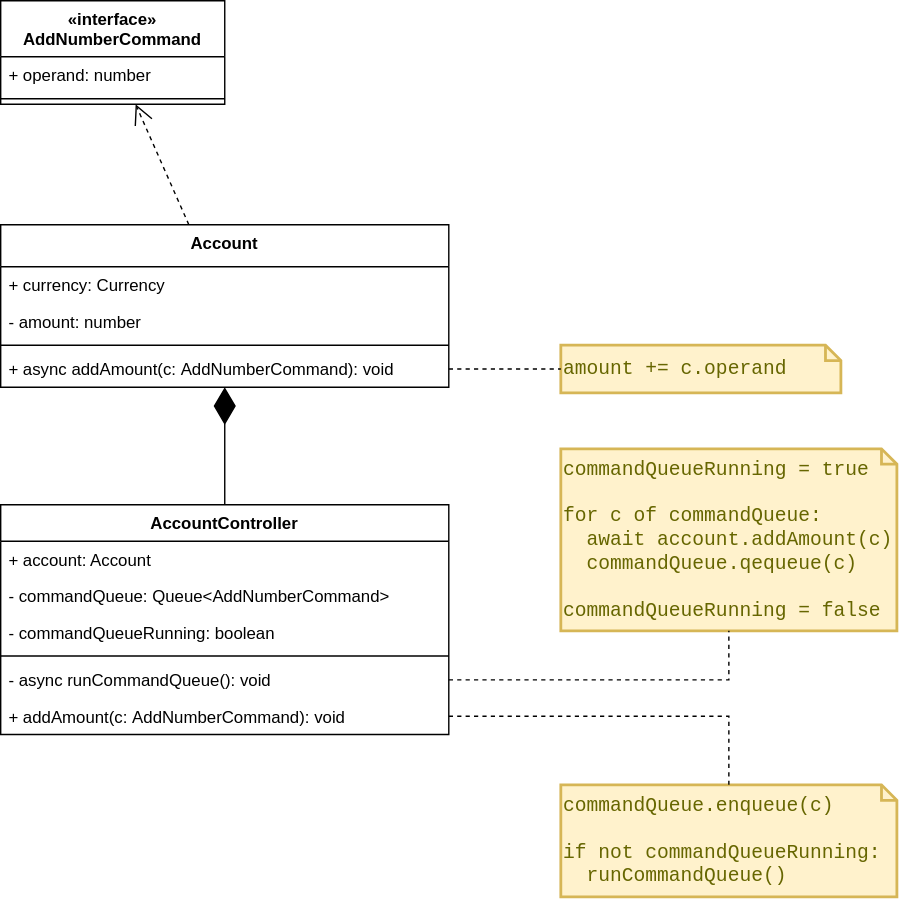
Before: src/patterns/structural/proxy/proxy.diagram.svg, a diagram exported from draw.io (parzhitsky/interview-questions). Source tidied: cells renumbered, new cells last; positions are measured from the earlier drawing's top-left corner, leaving out a move shared by most shapes.
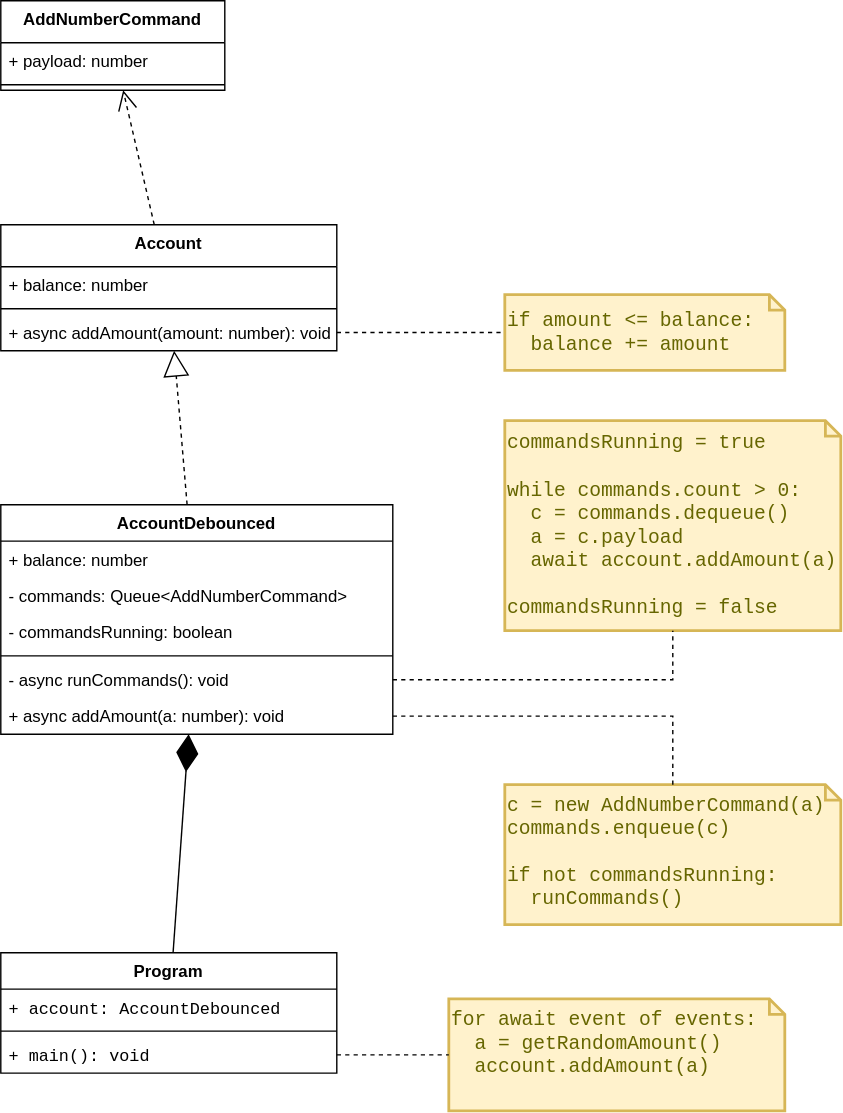
Later version of the same file.

Commit message:
Add diagram to Proxy pattern

Change to the diagram source:
```diff
@@ -2,68 +2,62 @@
   <root>
     <mxCell id="0" />
     <mxCell id="1" parent="0" />
-    <mxCell id="2" value="AccountController" style="swimlane;fontStyle=1;align=center;verticalAlign=top;horizontal=1;startSize=26;fontFamily=Helvetica;" parent="1" vertex="1">
-      <mxGeometry y="360" width="320" height="164" as="geometry" />
+    <mxCell id="2" value="AccountDebounced" style="swimlane;fontStyle=1;align=center;verticalAlign=top;horizontal=1;startSize=26;fontFamily=Helvetica;" parent="1" vertex="1">
+      <mxGeometry y="360" width="280" height="164" as="geometry" />
     </mxCell>
-    <mxCell id="3" value="+ account: Account" style="text;strokeColor=none;fillColor=none;align=left;verticalAlign=top;spacingLeft=4;spacingRight=4;overflow=hidden;fontFamily=Helvetica;" parent="2" vertex="1">
-      <mxGeometry y="26" width="320" height="26" as="geometry" />
-    </mxCell>
+    <mxCell id="25" value="+ balance: number" style="text;strokeColor=none;fillColor=none;align=left;verticalAlign=top;spacingLeft=4;spacingRight=4;overflow=hidden;fontFamily=Helvetica;" parent="2" vertex="1">
+      <mxGeometry y="26" width="280" height="26" as="geometry" />
+    </mxCell>
-    <mxCell id="4" value="- commandQueue: Queue&lt;AddNumberCommand&gt;" style="text;strokeColor=none;fillColor=none;align=left;verticalAlign=top;spacingLeft=4;spacingRight=4;overflow=hidden;fontFamily=Helvetica;" parent="2" vertex="1">
-      <mxGeometry y="52" width="320" height="26" as="geometry" />
+    <mxCell id="4" value="- commands: Queue&lt;AddNumberCommand&gt;" style="text;strokeColor=none;fillColor=none;align=left;verticalAlign=top;spacingLeft=4;spacingRight=4;overflow=hidden;fontFamily=Helvetica;" parent="2" vertex="1">
+      <mxGeometry y="52" width="280" height="26" as="geometry" />
     </mxCell>
-    <mxCell id="5" value="- commandQueueRunning: boolean" style="text;strokeColor=none;fillColor=none;align=left;verticalAlign=top;spacingLeft=4;spacingRight=4;overflow=hidden;fontFamily=Helvetica;" parent="2" vertex="1">
-      <mxGeometry y="78" width="320" height="26" as="geometry" />
+    <mxCell id="5" value="- commandsRunning: boolean" style="text;strokeColor=none;fillColor=none;align=left;verticalAlign=top;spacingLeft=4;spacingRight=4;overflow=hidden;fontFamily=Helvetica;" parent="2" vertex="1">
+      <mxGeometry y="78" width="280" height="26" as="geometry" />
     </mxCell>
     <mxCell id="6" style="line;strokeWidth=1;fillColor=none;align=left;verticalAlign=middle;spacingTop=-1;spacingLeft=3;spacingRight=3;labelPosition=right;strokeColor=inherit;fontFamily=Helvetica;" parent="2" vertex="1">
-      <mxGeometry y="104" width="320" height="8" as="geometry" />
+      <mxGeometry y="104" width="280" height="8" as="geometry" />
     </mxCell>
-    <mxCell id="7" value="- async runCommandQueue(): void" style="text;strokeColor=none;fillColor=none;align=left;verticalAlign=top;spacingLeft=4;spacingRight=4;overflow=hidden;points=[[0,0.5],[1,0.5]];portConstraint=eastwest;fontFamily=Helvetica;" parent="2" vertex="1">
-      <mxGeometry y="112" width="320" height="26" as="geometry" />
+    <mxCell id="7" value="- async runCommands(): void" style="text;strokeColor=none;fillColor=none;align=left;verticalAlign=top;spacingLeft=4;spacingRight=4;overflow=hidden;points=[[0,0.5],[1,0.5]];portConstraint=eastwest;fontFamily=Helvetica;" parent="2" vertex="1">
+      <mxGeometry y="112" width="280" height="26" as="geometry" />
     </mxCell>
-    <mxCell id="8" value="+ addAmount(c: AddNumberCommand): void" style="text;strokeColor=none;fillColor=none;align=left;verticalAlign=top;spacingLeft=4;spacingRight=4;overflow=hidden;points=[[0,0.5],[1,0.5]];portConstraint=eastwest;fontFamily=Helvetica;" parent="2" vertex="1">
-      <mxGeometry y="138" width="320" height="26" as="geometry" />
+    <mxCell id="8" value="+ async addAmount(a: number): void" style="text;strokeColor=none;fillColor=none;align=left;verticalAlign=top;spacingLeft=4;spacingRight=4;overflow=hidden;points=[[0,0.5],[1,0.5]];portConstraint=eastwest;fontFamily=Helvetica;" parent="2" vertex="1">
+      <mxGeometry y="138" width="280" height="26" as="geometry" />
     </mxCell>
-    <mxCell id="9" style="endArrow=diamondThin;endFill=1;endSize=24;html=1;rounded=0;fontFamily=Helvetica;" parent="1" edge="1" source="2" target="17">
-      <mxGeometry relative="1" as="geometry" />
-    </mxCell>
-    <mxCell id="10" value="«interface»&#10;AddNumberCommand" style="swimlane;fontStyle=1;align=center;verticalAlign=top;horizontal=1;startSize=40;fontFamily=Helvetica;" parent="1" vertex="1">
-      <mxGeometry width="160" height="74" as="geometry" />
+    <mxCell id="10" value="AddNumberCommand" style="swimlane;fontStyle=1;align=center;verticalAlign=top;horizontal=1;startSize=30;fontFamily=Helvetica;" parent="1" vertex="1">
+      <mxGeometry width="160" height="64" as="geometry" />
     </mxCell>
-    <mxCell id="11" value="+ operand: number" style="text;strokeColor=none;fillColor=none;align=left;verticalAlign=top;spacingLeft=4;spacingRight=4;overflow=hidden;fontFamily=Helvetica;" parent="10" vertex="1">
-      <mxGeometry y="40" width="160" height="26" as="geometry" />
+    <mxCell id="11" value="+ payload: number" style="text;strokeColor=none;fillColor=none;align=left;verticalAlign=top;spacingLeft=4;spacingRight=4;overflow=hidden;fontFamily=Helvetica;" parent="10" vertex="1">
+      <mxGeometry y="30" width="160" height="26" as="geometry" />
     </mxCell>
     <mxCell id="12" style="line;strokeWidth=1;fillColor=none;align=left;verticalAlign=middle;spacingTop=-1;spacingLeft=3;spacingRight=3;labelPosition=right;strokeColor=inherit;fontFamily=Helvetica;" parent="10" vertex="1">
-      <mxGeometry y="66" width="160" height="8" as="geometry" />
+      <mxGeometry y="56" width="160" height="8" as="geometry" />
     </mxCell>
     <mxCell id="13" style="endArrow=open;endSize=12;dashed=1;html=1;rounded=0;fontFamily=Helvetica;" parent="1" edge="1" source="17" target="10">
       <mxGeometry relative="1" as="geometry" />
     </mxCell>
-    <mxCell id="14" value="commandQueue.enqueue(c)&lt;br&gt;&lt;br&gt;if not commandQueueRunning:&lt;br&gt;&amp;nbsp; runCommandQueue()" style="shape=note;strokeWidth=2;fontSize=14;size=11;whiteSpace=wrap;html=1;fillColor=#fff2cc;strokeColor=#d6b656;fontColor=#666600;align=left;verticalAlign=top;fontFamily=Courier New;" parent="1" vertex="1">
-      <mxGeometry x="400" y="560" width="240" height="80" as="geometry" />
+    <mxCell id="14" value="с = new AddNumberCommand(a)&lt;br&gt;commands.enqueue(c)&lt;br&gt;&lt;br&gt;if not commandsRunning:&lt;br&gt;&amp;nbsp; runCommands()" style="shape=note;strokeWidth=2;fontSize=14;size=11;whiteSpace=wrap;html=1;fillColor=#fff2cc;strokeColor=#d6b656;fontColor=#666600;align=left;verticalAlign=top;fontFamily=Courier New;" parent="1" vertex="1">
+      <mxGeometry x="360" y="560" width="240" height="100" as="geometry" />
     </mxCell>
-    <mxCell id="15" value="commandQueueRunning = true&lt;br&gt;&lt;br&gt;for c of commandQueue:&lt;br&gt;&amp;nbsp; await account.addAmount(c)&lt;br&gt;&amp;nbsp; commandQueue.qequeue(c)&lt;br&gt;&lt;br&gt;commandQueueRunning = false" style="shape=note;strokeWidth=2;fontSize=14;size=11;whiteSpace=wrap;html=1;fillColor=#fff2cc;strokeColor=#d6b656;fontColor=#666600;align=left;verticalAlign=middle;fontFamily=Courier New;" parent="1" vertex="1">
-      <mxGeometry x="400" y="320" width="240" height="130" as="geometry" />
+    <mxCell id="15" value="commandsRunning = true&lt;br&gt;&lt;br&gt;while commands.count &amp;gt; 0:&lt;br&gt;&amp;nbsp; c = commands.dequeue()&lt;br&gt;&amp;nbsp; a = c.payload&lt;br&gt;&amp;nbsp; await account.addAmount(a)&lt;br&gt;&lt;br&gt;commandsRunning = false" style="shape=note;strokeWidth=2;fontSize=14;size=11;whiteSpace=wrap;html=1;fillColor=#fff2cc;strokeColor=#d6b656;fontColor=#666600;align=left;verticalAlign=middle;fontFamily=Courier New;" parent="1" vertex="1">
+      <mxGeometry x="360" y="300" width="240" height="150" as="geometry" />
     </mxCell>
     <mxCell id="16" style="edgeStyle=orthogonalEdgeStyle;rounded=0;jettySize=auto;html=1;fontFamily=Helvetica;endArrow=none;endFill=0;dashed=1;" parent="1" edge="1" source="7" target="15">
       <mxGeometry relative="1" as="geometry" />
     </mxCell>
     <mxCell id="17" value="Account" style="swimlane;fontStyle=1;align=center;verticalAlign=top;horizontal=1;startSize=30;fontFamily=Helvetica;" parent="1" vertex="1">
-      <mxGeometry y="160" width="320" height="116" as="geometry" />
+      <mxGeometry y="160" width="240" height="90" as="geometry" />
     </mxCell>
-    <mxCell id="18" value="+ currency: Currency" style="text;strokeColor=none;fillColor=none;align=left;verticalAlign=top;spacingLeft=4;spacingRight=4;overflow=hidden;fontFamily=Helvetica;" parent="17" vertex="1">
-      <mxGeometry y="30" width="320" height="26" as="geometry" />
-    </mxCell>
-    <mxCell id="19" value="- amount: number" style="text;strokeColor=none;fillColor=none;align=left;verticalAlign=top;spacingLeft=4;spacingRight=4;overflow=hidden;fontFamily=Helvetica;" parent="17" vertex="1">
-      <mxGeometry y="56" width="320" height="26" as="geometry" />
+    <mxCell id="19" value="+ balance: number" style="text;strokeColor=none;fillColor=none;align=left;verticalAlign=top;spacingLeft=4;spacingRight=4;overflow=hidden;fontFamily=Helvetica;" parent="17" vertex="1">
+      <mxGeometry y="30" width="240" height="26" as="geometry" />
     </mxCell>
     <mxCell id="20" style="line;strokeWidth=1;fillColor=none;align=left;verticalAlign=middle;spacingTop=-1;spacingLeft=3;spacingRight=3;labelPosition=right;strokeColor=inherit;fontFamily=Helvetica;" parent="17" vertex="1">
-      <mxGeometry y="82" width="320" height="8" as="geometry" />
+      <mxGeometry y="56" width="240" height="8" as="geometry" />
     </mxCell>
-    <mxCell id="21" value="+ async addAmount(c: AddNumberCommand): void" style="text;strokeColor=none;fillColor=none;align=left;verticalAlign=top;spacingLeft=4;spacingRight=4;overflow=hidden;points=[[0,0.5],[1,0.5]];portConstraint=eastwest;fontFamily=Helvetica;" parent="17" vertex="1">
-      <mxGeometry y="90" width="320" height="26" as="geometry" />
+    <mxCell id="21" value="+ async addAmount(amount: number): void" style="text;strokeColor=none;fillColor=none;align=left;verticalAlign=top;spacingLeft=4;spacingRight=4;overflow=hidden;points=[[0,0.5],[1,0.5]];portConstraint=eastwest;fontFamily=Helvetica;" parent="17" vertex="1">
+      <mxGeometry y="64" width="240" height="26" as="geometry" />
     </mxCell>
-    <mxCell id="22" value="amount += c.operand" style="shape=note;strokeWidth=2;fontSize=14;size=11;whiteSpace=wrap;html=1;fillColor=#fff2cc;strokeColor=#d6b656;fontColor=#666600;align=left;verticalAlign=middle;fontFamily=Courier New;" parent="1" vertex="1">
-      <mxGeometry x="400" y="246" width="200" height="34" as="geometry" />
+    <mxCell id="22" value="if amount &amp;lt;= balance:&lt;br&gt;&amp;nbsp; balance += amount" style="shape=note;strokeWidth=2;fontSize=14;size=11;whiteSpace=wrap;html=1;fillColor=#fff2cc;strokeColor=#d6b656;fontColor=#666600;align=left;verticalAlign=middle;fontFamily=Courier New;" parent="1" vertex="1">
+      <mxGeometry x="360" y="210" width="200" height="54" as="geometry" />
     </mxCell>
     <mxCell id="23" style="edgeStyle=orthogonalEdgeStyle;rounded=0;jettySize=auto;html=1;exitX=1;exitY=0.5;exitDx=0;exitDy=0;fontFamily=Helvetica;endArrow=none;endFill=0;dashed=1;" parent="1" edge="1" source="21" target="22">
       <mxGeometry relative="1" as="geometry" />
@@ -71,5 +65,29 @@
     <mxCell id="24" style="edgeStyle=orthogonalEdgeStyle;rounded=0;jettySize=auto;html=1;dashed=1;fontFamily=Helvetica;endArrow=none;endFill=0;" parent="1" edge="1" source="8" target="14">
       <mxGeometry relative="1" as="geometry" />
     </mxCell>
+    <mxCell id="26" value="Program" style="swimlane;fontStyle=1;align=center;verticalAlign=top;horizontal=1;startSize=26;fontFamily=Helvetica;" parent="1" vertex="1">
+      <mxGeometry y="680" width="240" height="86" as="geometry" />
+    </mxCell>
+    <mxCell id="27" value="+ account: AccountDebounced" style="text;strokeColor=none;fillColor=none;align=left;verticalAlign=top;spacingLeft=4;spacingRight=4;overflow=hidden;fontFamily=Courier New;" parent="26" vertex="1">
+      <mxGeometry y="26" width="240" height="26" as="geometry" />
+    </mxCell>
+    <mxCell id="28" style="line;strokeWidth=1;fillColor=none;align=left;verticalAlign=middle;spacingTop=-1;spacingLeft=3;spacingRight=3;labelPosition=right;strokeColor=inherit;fontFamily=Helvetica;" parent="26" vertex="1">
+      <mxGeometry y="52" width="240" height="8" as="geometry" />
+    </mxCell>
+    <mxCell id="29" value="+ main(): void" style="text;strokeColor=none;fillColor=none;align=left;verticalAlign=top;spacingLeft=4;spacingRight=4;overflow=hidden;points=[[0,0.5],[1,0.5]];portConstraint=eastwest;fontFamily=Courier New;" parent="26" vertex="1">
+      <mxGeometry y="60" width="240" height="26" as="geometry" />
+    </mxCell>
+    <mxCell id="30" style="endArrow=diamondThin;endFill=1;endSize=24;html=1;rounded=0;fontFamily=Helvetica;" parent="1" edge="1" source="26" target="2">
+      <mxGeometry relative="1" as="geometry" />
+    </mxCell>
+    <mxCell id="31" value="for await event of events:&lt;br&gt;&amp;nbsp; a = getRandomAmount()&lt;br&gt;&amp;nbsp; account.addAmount(a)" style="shape=note;strokeWidth=2;fontSize=14;size=11;whiteSpace=wrap;html=1;fillColor=#fff2cc;strokeColor=#d6b656;fontColor=#666600;align=left;verticalAlign=top;fontFamily=Courier New;" parent="1" vertex="1">
+      <mxGeometry x="320" y="713" width="240" height="80" as="geometry" />
+    </mxCell>
+    <mxCell id="32" style="edgeStyle=orthogonalEdgeStyle;rounded=0;jettySize=auto;html=1;endArrow=none;endFill=0;dashed=1;" parent="1" edge="1" source="29" target="31">
+      <mxGeometry relative="1" as="geometry" />
+    </mxCell>
+    <mxCell id="9" style="endArrow=block;endSize=16;endFill=0;html=1;rounded=0;fontFamily=Courier New;dashed=1;" parent="1" edge="1" source="2" target="17">
+      <mxGeometry relative="1" as="geometry" />
+    </mxCell>
   </root>
 </mxGraphModel>
```
